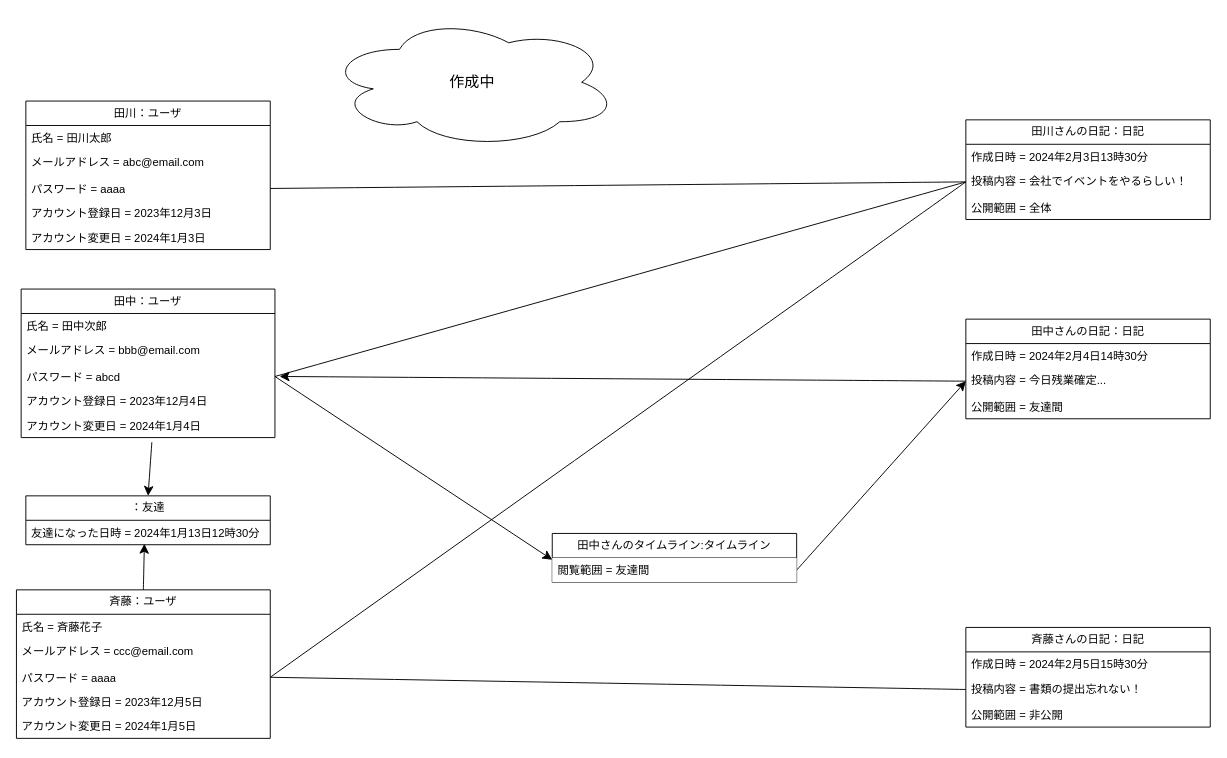
Above: 概念モデル/06_日記を投稿する/日記を投稿する.drawio in tawainfer/scorpio (draw.io), before the change. Source tidied: cells renumbered, new cells numbered last; positions are measured from the earlier drawing's top-left corner, leaving out a move shared by most shapes. Both pictures are drawn from the tidied source at 94%, with x=0, y=0 at pixel (16, 16).
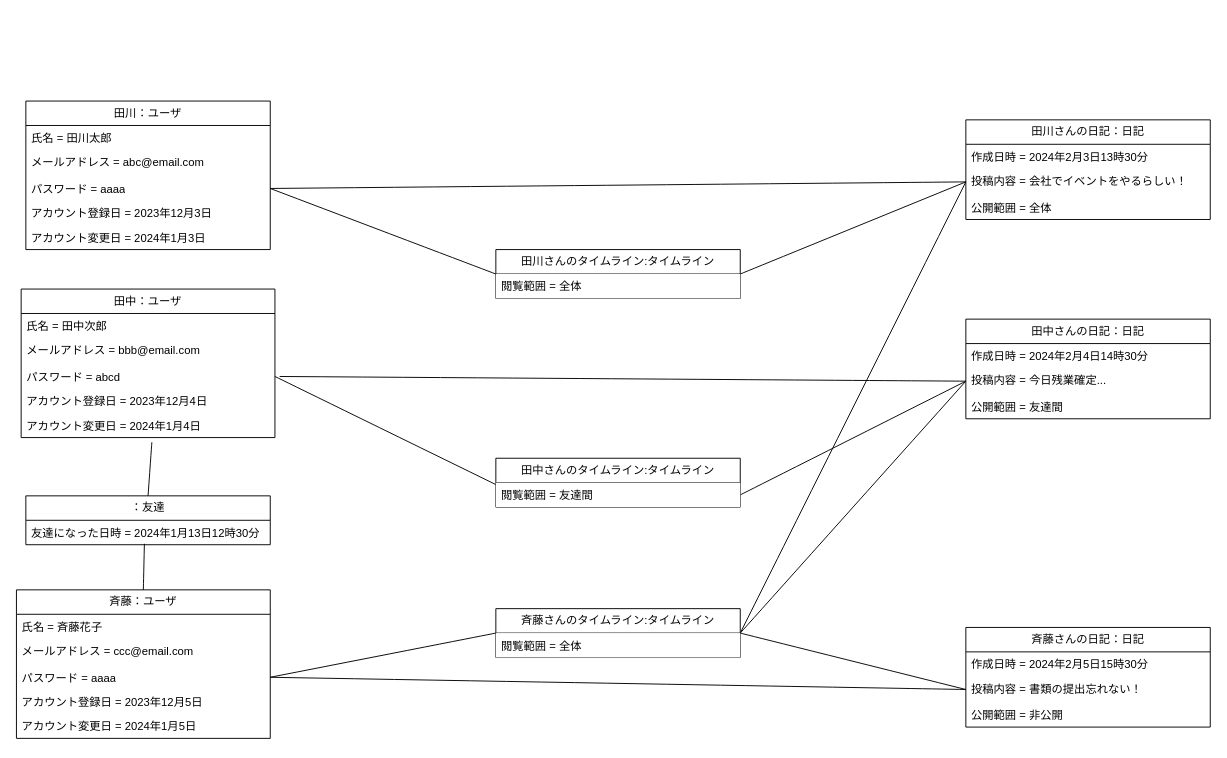
The same page after the edit.

The change refers to these unchanged cells:
```xml
<mxCell id="5" value="パスワード = aaaa" style="text;strokeColor=none;fillColor=none;align=left;verticalAlign=top;spacingLeft=4;spacingRight=4;overflow=hidden;points=[[0,0.5],[1,0.5]];portConstraint=eastwest;whiteSpace=wrap;html=1;" parent="2" vertex="1">
  <mxGeometry y="80" width="260" height="26" as="geometry" />
</mxCell>
<mxCell id="11" value="パスワード = abcd" style="text;strokeColor=none;fillColor=none;align=left;verticalAlign=top;spacingLeft=4;spacingRight=4;overflow=hidden;points=[[0,0.5],[1,0.5]];portConstraint=eastwest;whiteSpace=wrap;html=1;" parent="8" vertex="1">
  <mxGeometry y="80" width="270" height="26" as="geometry" />
</mxCell>
<mxCell id="13" value="アカウント変更日 = 2024年1月4日" style="text;strokeColor=none;fillColor=none;align=left;verticalAlign=top;spacingLeft=4;spacingRight=4;overflow=hidden;points=[[0,0.5],[1,0.5]];portConstraint=eastwest;whiteSpace=wrap;html=1;" parent="8" vertex="1">
  <mxGeometry y="132" width="270" height="26" as="geometry" />
</mxCell>
<mxCell id="14" value="斉藤：ユーザ" style="swimlane;fontStyle=0;horizontal=1;startSize=26;fillColor=none;whiteSpace=wrap;html=1;" parent="1" vertex="1">
  <mxGeometry y="610" width="270" height="158" as="geometry" />
</mxCell>
<mxCell id="17" value="パスワード = aaaa" style="text;strokeColor=none;fillColor=none;align=left;verticalAlign=top;spacingLeft=4;spacingRight=4;overflow=hidden;points=[[0,0.5],[1,0.5]];portConstraint=eastwest;whiteSpace=wrap;html=1;" parent="14" vertex="1">
  <mxGeometry y="80" width="270" height="26" as="geometry" />
</mxCell>
<mxCell id="22" value="投稿内容 =&amp;nbsp;会社でイベントをやるらしい！" style="text;strokeColor=none;fillColor=none;align=left;verticalAlign=top;spacingLeft=4;spacingRight=4;overflow=hidden;points=[[0,0.5],[1,0.5]];portConstraint=eastwest;whiteSpace=wrap;html=1;" parent="20" vertex="1">
  <mxGeometry y="52" width="260" height="28" as="geometry" />
</mxCell>
<mxCell id="26" value="投稿内容 =&amp;nbsp;今日残業確定..." style="text;strokeColor=none;fillColor=none;align=left;verticalAlign=top;spacingLeft=4;spacingRight=4;overflow=hidden;points=[[0,0.5],[1,0.5]];portConstraint=eastwest;whiteSpace=wrap;html=1;" parent="24" vertex="1">
  <mxGeometry y="52" width="260" height="28" as="geometry" />
</mxCell>
<mxCell id="30" value="投稿内容 =&amp;nbsp;書類の提出忘れない！" style="text;strokeColor=none;fillColor=none;align=left;verticalAlign=top;spacingLeft=4;spacingRight=4;overflow=hidden;points=[[0,0.5],[1,0.5]];portConstraint=eastwest;whiteSpace=wrap;html=1;" parent="28" vertex="1">
  <mxGeometry y="52" width="260" height="28" as="geometry" />
</mxCell>
<mxCell id="37" value="：友達" style="swimlane;fontStyle=0;horizontal=1;startSize=26;fillColor=none;whiteSpace=wrap;html=1;" parent="1" vertex="1">
  <mxGeometry x="10" y="510" width="260" height="52" as="geometry" />
</mxCell>
<mxCell id="38" value="友達になった日時 =&amp;nbsp;2024年1月13日12時30分" style="text;strokeColor=none;fillColor=none;align=left;verticalAlign=top;spacingLeft=4;spacingRight=4;overflow=hidden;points=[[0,0.5],[1,0.5]];portConstraint=eastwest;whiteSpace=wrap;html=1;" parent="37" vertex="1">
  <mxGeometry y="26" width="260" height="26" as="geometry" />
</mxCell>
<mxCell id="45" value="閲覧範囲 = 友達間" style="text;strokeColor=none;fillColor=default;align=left;verticalAlign=top;spacingLeft=4;spacingRight=4;overflow=hidden;points=[[0,0.5],[1,0.5]];portConstraint=eastwest;whiteSpace=wrap;html=1;" parent="44" vertex="1">
  <mxGeometry y="26" width="260" height="26" as="geometry" />
</mxCell>
```

What changed in the source:
```diff
@@
-    <mxCell id="34" style="edgeStyle=none;curved=1;rounded=0;jettySize=auto;html=1;exitX=0;exitY=0.5;exitDx=0;exitDy=0;entryX=1;entryY=0.5;entryDx=0;entryDy=0;fontSize=12;startSize=8;endSize=8;endArrow=none;endFill=0;" parent="1" edge="1" source="22" target="11">
-      <mxGeometry relative="1" as="geometry" />
-    </mxCell>
-    <mxCell id="35" style="edgeStyle=none;curved=1;rounded=0;jettySize=auto;html=1;exitX=0;exitY=0.5;exitDx=0;exitDy=0;entryX=1;entryY=0.5;entryDx=0;entryDy=0;fontSize=12;startSize=8;endSize=8;endArrow=none;endFill=0;" parent="1" edge="1" source="22" target="17">
-      <mxGeometry relative="1" as="geometry" />
-    </mxCell>
-    <mxCell id="36" value="作成中" style="ellipse;shape=cloud;whiteSpace=wrap;html=1;fontSize=16;" parent="1" vertex="1">
-      <mxGeometry x="330" width="310" height="140" as="geometry" />
-    </mxCell>
@@
-    <mxCell id="39" style="edgeStyle=none;curved=1;rounded=0;jettySize=auto;html=1;exitX=0.515;exitY=1.192;exitDx=0;exitDy=0;entryX=0.5;entryY=0;entryDx=0;entryDy=0;fontSize=12;startSize=8;endSize=8;exitPerimeter=0;" parent="1" edge="1" source="13" target="37">
+    <mxCell id="39" style="edgeStyle=none;curved=1;rounded=0;jettySize=auto;html=1;exitX=0.515;exitY=1.192;exitDx=0;exitDy=0;entryX=0.5;entryY=0;entryDx=0;entryDy=0;fontSize=12;startSize=8;endSize=8;exitPerimeter=0;endArrow=none;endFill=0;" parent="1" edge="1" source="13" target="37">
       <mxGeometry relative="1" as="geometry" />
     </mxCell>
-    <mxCell id="40" style="edgeStyle=none;curved=1;rounded=0;jettySize=auto;html=1;exitX=0.5;exitY=0;exitDx=0;exitDy=0;entryX=0.485;entryY=0.962;entryDx=0;entryDy=0;fontSize=12;startSize=8;endSize=8;entryPerimeter=0;" parent="1" edge="1" source="14" target="38">
+    <mxCell id="40" style="edgeStyle=none;curved=1;rounded=0;jettySize=auto;html=1;exitX=0.5;exitY=0;exitDx=0;exitDy=0;entryX=0.485;entryY=0.962;entryDx=0;entryDy=0;fontSize=12;startSize=8;endSize=8;entryPerimeter=0;endArrow=none;endFill=0;" parent="1" edge="1" source="14" target="38">
       <mxGeometry relative="1" as="geometry" />
     </mxCell>
-    <mxCell id="41" style="edgeStyle=none;curved=1;rounded=0;jettySize=auto;html=1;exitX=0;exitY=0.5;exitDx=0;exitDy=0;fontSize=12;startSize=8;endSize=8;" parent="1" edge="1" source="26">
+    <mxCell id="41" style="edgeStyle=none;curved=1;rounded=0;jettySize=auto;html=1;exitX=0;exitY=0.5;exitDx=0;exitDy=0;fontSize=12;startSize=8;endSize=8;endArrow=none;endFill=0;" parent="1" edge="1" source="26">
       <mxGeometry relative="1" as="geometry">
         <mxPoint x="280" y="383" as="targetPoint" />
       </mxGeometry>
     </mxCell>
-    <mxCell id="42" style="edgeStyle=none;curved=1;rounded=0;jettySize=auto;html=1;exitX=1;exitY=0.5;exitDx=0;exitDy=0;entryX=0;entryY=0.077;entryDx=0;entryDy=0;entryPerimeter=0;fontSize=12;startSize=8;endSize=8;" parent="1" edge="1" source="11" target="45">
+    <mxCell id="42" style="edgeStyle=none;curved=1;rounded=0;jettySize=auto;html=1;exitX=1;exitY=0.5;exitDx=0;exitDy=0;entryX=0;entryY=0.077;entryDx=0;entryDy=0;entryPerimeter=0;fontSize=12;startSize=8;endSize=8;endArrow=none;endFill=0;" parent="1" edge="1" source="11" target="45">
       <mxGeometry relative="1" as="geometry" />
     </mxCell>
-    <mxCell id="43" style="edgeStyle=none;curved=1;rounded=0;jettySize=auto;html=1;exitX=1;exitY=0.75;exitDx=0;exitDy=0;entryX=0;entryY=0.5;entryDx=0;entryDy=0;fontSize=12;startSize=8;endSize=8;" parent="1" edge="1" source="44" target="26">
+    <mxCell id="43" style="edgeStyle=none;curved=1;rounded=0;jettySize=auto;html=1;exitX=1;exitY=0.75;exitDx=0;exitDy=0;entryX=0;entryY=0.5;entryDx=0;entryDy=0;fontSize=12;startSize=8;endSize=8;endArrow=none;endFill=0;" parent="1" edge="1" source="44" target="26">
       <mxGeometry relative="1" as="geometry" />
     </mxCell>
     <mxCell id="44" value="田中さんのタイムライン:タイムライン" style="swimlane;fontStyle=0;horizontal=1;startSize=26;fillColor=default;whiteSpace=wrap;html=1;" parent="1" vertex="1">
-      <mxGeometry x="570" y="550" width="260" height="52" as="geometry" />
+      <mxGeometry x="510" y="470" width="260" height="52" as="geometry" />
     </mxCell>
@@
+    <mxCell id="46" style="edgeStyle=none;curved=1;rounded=0;jettySize=auto;html=1;exitX=1;exitY=0.5;exitDx=0;exitDy=0;entryX=0;entryY=0.5;entryDx=0;entryDy=0;fontSize=12;startSize=8;endSize=8;endArrow=none;endFill=0;" parent="1" edge="1" source="48" target="22">
+      <mxGeometry relative="1" as="geometry" />
+    </mxCell>
+    <mxCell id="47" style="edgeStyle=none;curved=1;rounded=0;jettySize=auto;html=1;exitX=0;exitY=0.5;exitDx=0;exitDy=0;entryX=1;entryY=0.5;entryDx=0;entryDy=0;fontSize=12;startSize=8;endSize=8;endArrow=none;endFill=0;" parent="1" edge="1" source="48" target="5">
+      <mxGeometry relative="1" as="geometry" />
+    </mxCell>
+    <mxCell id="48" value="田川さんのタイムライン:タイムライン" style="swimlane;fontStyle=0;horizontal=1;startSize=26;fillColor=default;whiteSpace=wrap;html=1;" parent="1" vertex="1">
+      <mxGeometry x="510" y="248" width="260" height="52" as="geometry" />
+    </mxCell>
+    <mxCell id="49" value="閲覧範囲 = 全体" style="text;strokeColor=none;fillColor=default;align=left;verticalAlign=top;spacingLeft=4;spacingRight=4;overflow=hidden;whiteSpace=wrap;html=1;" parent="48" vertex="1">
+      <mxGeometry y="26" width="260" height="26" as="geometry" />
+    </mxCell>
+    <mxCell id="50" style="edgeStyle=none;curved=1;rounded=0;jettySize=auto;html=1;exitX=1;exitY=0.5;exitDx=0;exitDy=0;entryX=0;entryY=0.5;entryDx=0;entryDy=0;fontSize=12;startSize=8;endSize=8;endArrow=none;endFill=0;" parent="1" edge="1" source="54" target="26">
+      <mxGeometry relative="1" as="geometry" />
+    </mxCell>
+    <mxCell id="51" style="edgeStyle=none;curved=1;rounded=0;jettySize=auto;html=1;exitX=1;exitY=0.5;exitDx=0;exitDy=0;entryX=0;entryY=0.5;entryDx=0;entryDy=0;fontSize=12;startSize=8;endSize=8;endArrow=none;endFill=0;" parent="1" edge="1" source="54" target="30">
+      <mxGeometry relative="1" as="geometry" />
+    </mxCell>
+    <mxCell id="52" style="edgeStyle=none;curved=1;rounded=0;jettySize=auto;html=1;exitX=1;exitY=0.5;exitDx=0;exitDy=0;entryX=0;entryY=0.5;entryDx=0;entryDy=0;fontSize=12;startSize=8;endSize=8;endArrow=none;endFill=0;" parent="1" edge="1" source="54" target="22">
+      <mxGeometry relative="1" as="geometry" />
+    </mxCell>
+    <mxCell id="53" style="edgeStyle=none;curved=1;rounded=0;jettySize=auto;html=1;exitX=0;exitY=0.5;exitDx=0;exitDy=0;entryX=1;entryY=0.5;entryDx=0;entryDy=0;fontSize=12;startSize=8;endSize=8;endArrow=none;endFill=0;" parent="1" edge="1" source="54" target="17">
+      <mxGeometry relative="1" as="geometry" />
+    </mxCell>
+    <mxCell id="54" value="斉藤さんのタイムライン:タイムライン" style="swimlane;fontStyle=0;horizontal=1;startSize=26;fillColor=default;whiteSpace=wrap;html=1;" parent="1" vertex="1">
+      <mxGeometry x="510" y="630" width="260" height="52" as="geometry" />
+    </mxCell>
+    <mxCell id="55" value="閲覧範囲 = 全体" style="text;strokeColor=none;fillColor=default;align=left;verticalAlign=top;spacingLeft=4;spacingRight=4;overflow=hidden;whiteSpace=wrap;html=1;" parent="54" vertex="1">
+      <mxGeometry y="26" width="260" height="26" as="geometry" />
+    </mxCell>
```
